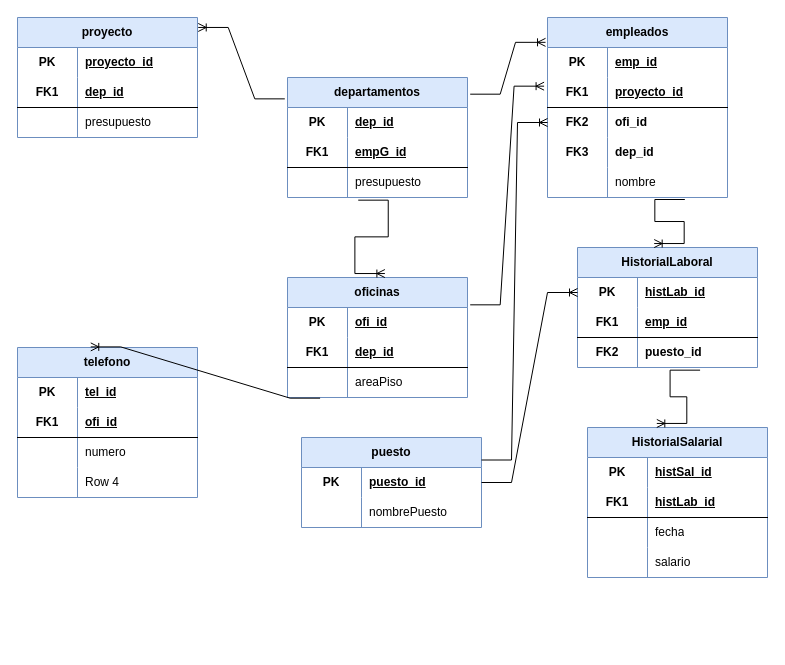
Earlier version of the draw.io diagram Task_1_MER_v2.drawio (framasco/IFTS---Base-de-Datos). Source tidied: cells renumbered, new cells numbered last; positions are measured from the earlier drawing's top-left corner, leaving out a move shared by most shapes. Both pictures are drawn from the tidied source at 100%, with x=0, y=0 at pixel (17, 17).
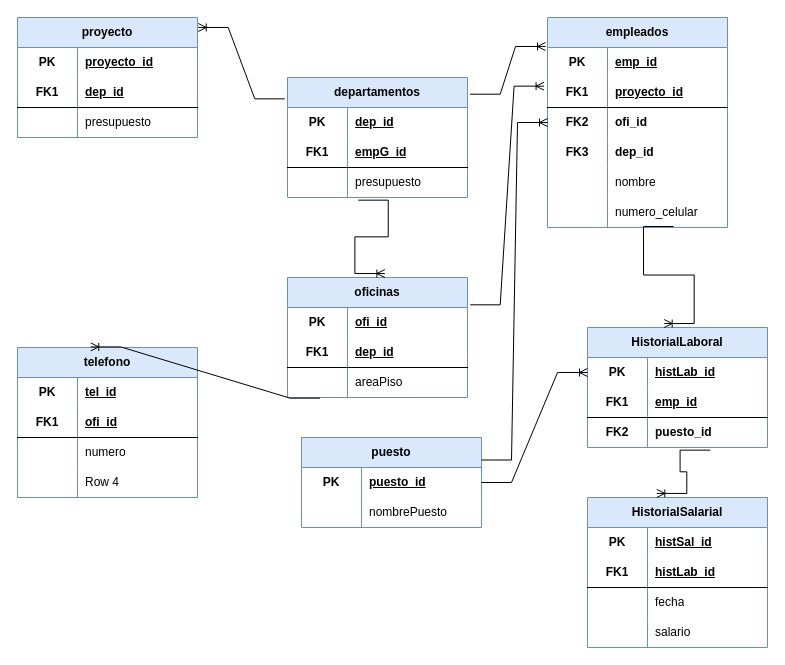
The same page after the edit.

Commit message:
Agrega la resolucion del ejercicio de base de datos

The change refers to these unchanged cells:
```xml
<mxCell id="15" style="shape=tableRow;horizontal=0;startSize=0;swimlaneHead=0;swimlaneBody=0;fillColor=none;points=[[0,0.5],[1,0.5]];portConstraint=eastwest;top=0;left=0;right=0;bottom=0;html=1;" parent="2" vertex="1">
  <mxGeometry y="150" width="180" height="30" as="geometry" />
</mxCell>
```

The edit, as a diff of the source:
```diff
@@
     <mxCell id="2" value="empleados" style="shape=table;startSize=30;childLayout=tableLayout;rowLines=0;fontStyle=1;align=center;html=1;whiteSpace=wrap;fillColor=#dae8fc;strokeColor=#6c8ebf;" parent="1" vertex="1">
-      <mxGeometry x="530" width="180" height="180" as="geometry" />
+      <mxGeometry x="530" width="180" height="210" as="geometry" />
     </mxCell>
@@
+    <mxCell id="100" style="shape=tableRow;horizontal=0;startSize=0;swimlaneHead=0;swimlaneBody=0;fillColor=none;points=[[0,0.5],[1,0.5]];portConstraint=eastwest;top=0;left=0;right=0;bottom=0;html=1;" parent="2" vertex="1">
+      <mxGeometry y="180" width="180" height="30" as="geometry" />
+    </mxCell>
+    <mxCell id="101" style="shape=partialRectangle;fillColor=none;top=0;left=0;bottom=0;right=0;overflow=hidden;html=1;whiteSpace=wrap;fontStyle=1;" parent="100" vertex="1">
+      <mxGeometry width="60" height="30" as="geometry" />
+    </mxCell>
+    <mxCell id="102" value="numero_celular" style="shape=partialRectangle;fillColor=none;top=0;left=0;bottom=0;right=0;align=left;spacingLeft=6;overflow=hidden;html=1;whiteSpace=wrap;fontStyle=0;" parent="100" vertex="1">
+      <mxGeometry x="60" width="120" height="30" as="geometry" />
+    </mxCell>
@@
     <mxCell id="68" value="HistorialLaboral" style="shape=table;startSize=30;childLayout=tableLayout;rowLines=0;fontStyle=1;align=center;html=1;whiteSpace=wrap;fillColor=#dae8fc;strokeColor=#6c8ebf;" parent="1" vertex="1">
-      <mxGeometry x="560" y="230" width="180" height="120" as="geometry" />
+      <mxGeometry x="570" y="310" width="180" height="120" as="geometry" />
     </mxCell>
@@
     <mxCell id="78" value="HistorialSalarial" style="shape=table;startSize=30;childLayout=tableLayout;rowLines=0;fontStyle=1;align=center;html=1;whiteSpace=wrap;fillColor=#dae8fc;strokeColor=#6c8ebf;" parent="1" vertex="1">
-      <mxGeometry x="570" y="410" width="180" height="150" as="geometry" />
+      <mxGeometry x="570" y="480" width="180" height="150" as="geometry" />
     </mxCell>
@@
-    <mxCell id="95" style="edgeStyle=entityRelationEdgeStyle;fontSize=12;html=1;endArrow=ERoneToMany;rounded=0;entryX=0.426;entryY=-0.033;entryDx=0;entryDy=0;exitX=0.763;exitY=1.067;exitDx=0;exitDy=0;exitPerimeter=0;entryPerimeter=0;" parent="1" edge="1" source="15" target="68">
+    <mxCell id="95" style="edgeStyle=entityRelationEdgeStyle;fontSize=12;html=1;endArrow=ERoneToMany;rounded=0;entryX=0.426;entryY=-0.033;entryDx=0;entryDy=0;exitX=0.7;exitY=0.967;exitDx=0;exitDy=0;exitPerimeter=0;entryPerimeter=0;" parent="1" edge="1" source="100" target="68">
       <mxGeometry relative="1" as="geometry">
         <Array as="points">
           <mxPoint x="730" y="40" />
         </Array>
       </mxGeometry>
     </mxCell>
```
